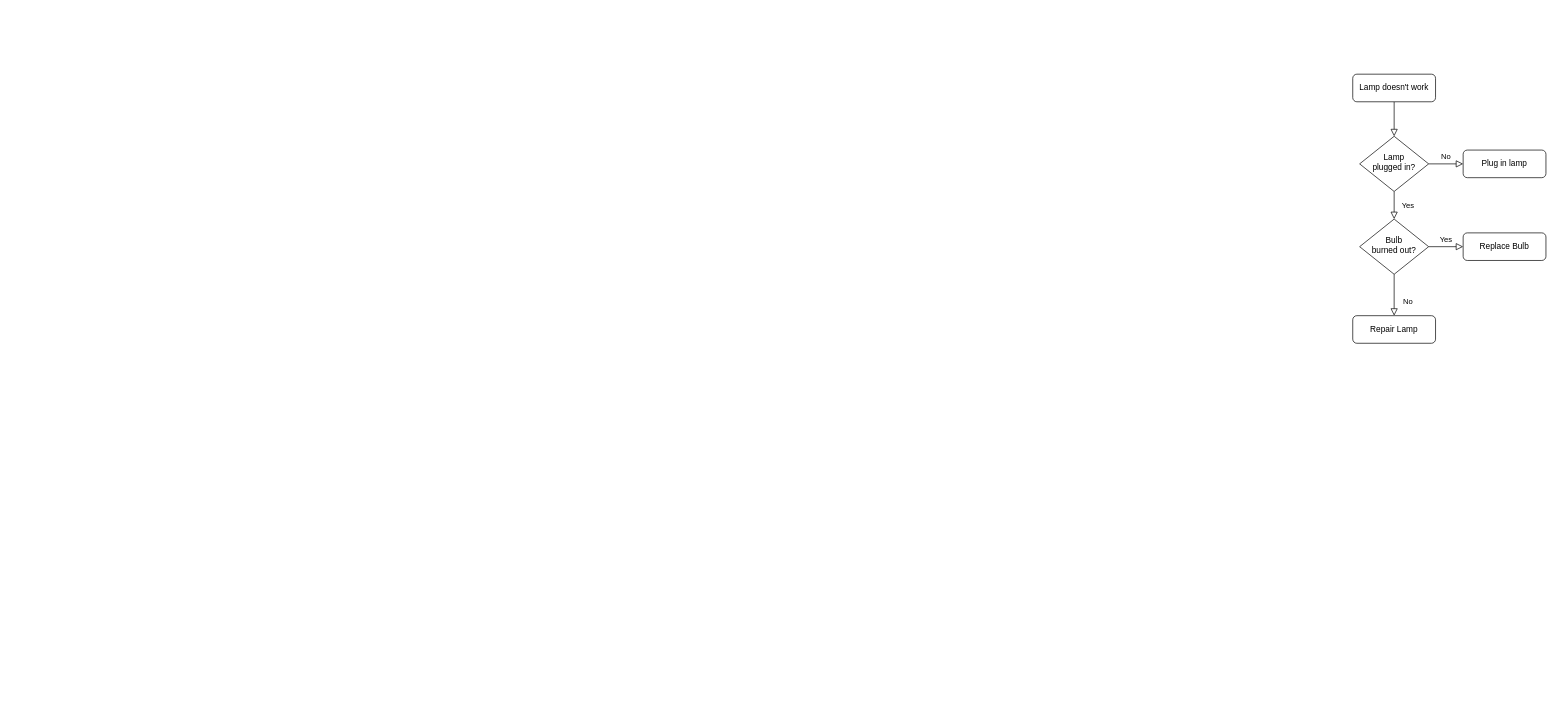
The draw.io diagram page "Page-1" (1 of 2) of free-trial-ent-activation-rule.drawio in nhpthuy/chart, before the edit. Source tidied: cells renumbered, new cells numbered last; positions are measured from the earlier drawing's top-left corner, leaving out a move shared by most shapes. Both pictures are drawn from the tidied source at 69%, with x=0, y=0 at pixel (1352, 74).
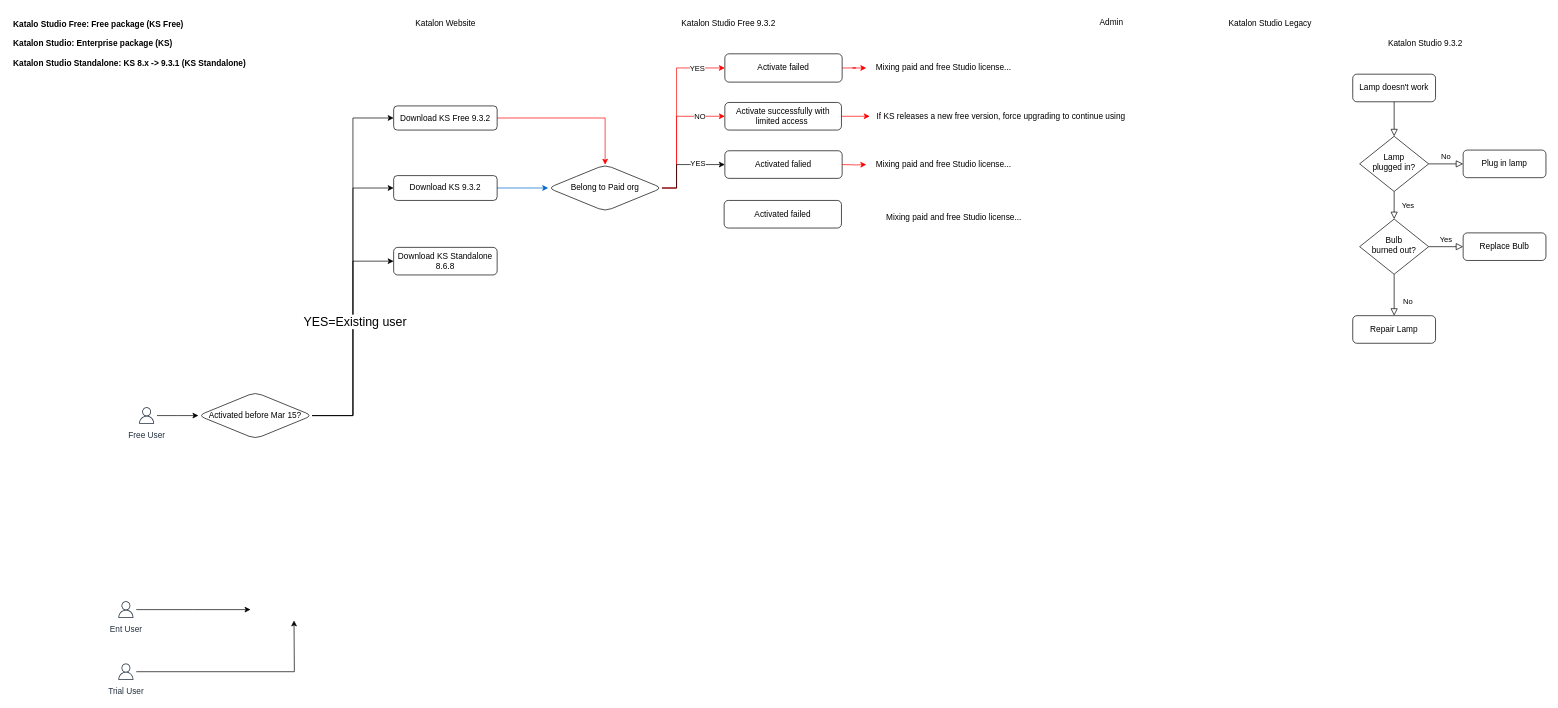
After the change.

Diff of the diagram source:
```diff
@@
+    <mxCell id="13" value="Katalon Studio Free 9.3.2" style="text;html=1;align=center;verticalAlign=middle;strokeColor=none;fillColor=none;" parent="1" vertex="1">
+      <mxGeometry x="-985" y="-89" width="160" height="30" as="geometry" />
+    </mxCell>
+    <mxCell id="14" value="Katalon Studio 9.3.2" style="text;html=1;align=center;verticalAlign=middle;strokeColor=none;fillColor=none;" parent="1" vertex="1">
+      <mxGeometry x="40" y="-60" width="130" height="30" as="geometry" />
+    </mxCell>
+    <mxCell id="15" value="Trial User" style="sketch=0;outlineConnect=0;fontColor=#232F3E;gradientColor=none;strokeColor=#232F3E;fillColor=#ffffff;dashed=0;verticalLabelPosition=bottom;verticalAlign=top;align=center;html=1;fontSize=12;fontStyle=0;shape=mxgraph.aws4.resourceIcon;resIcon=mxgraph.aws4.user;" parent="1" vertex="1">
+      <mxGeometry x="-1793" y="851" width="30" height="30" as="geometry" />
+    </mxCell>
+    <mxCell id="16" style="edgeStyle=orthogonalEdgeStyle;rounded=0;jettySize=auto;html=1;" parent="1" edge="1" source="17" target="47">
+      <mxGeometry relative="1" as="geometry" />
+    </mxCell>
+    <mxCell id="17" value="Free User" style="sketch=0;outlineConnect=0;fontColor=#232F3E;gradientColor=none;strokeColor=#232F3E;fillColor=#ffffff;dashed=0;verticalLabelPosition=bottom;verticalAlign=top;align=center;html=1;fontSize=12;fontStyle=0;shape=mxgraph.aws4.resourceIcon;resIcon=mxgraph.aws4.user;" parent="1" vertex="1">
+      <mxGeometry x="-1763" y="479.8" width="30" height="30" as="geometry" />
+    </mxCell>
+    <mxCell id="18" value="Ent User" style="sketch=0;outlineConnect=0;fontColor=#232F3E;gradientColor=none;strokeColor=#232F3E;fillColor=#ffffff;dashed=0;verticalLabelPosition=bottom;verticalAlign=top;align=center;html=1;fontSize=12;fontStyle=0;shape=mxgraph.aws4.resourceIcon;resIcon=mxgraph.aws4.user;" parent="1" vertex="1">
+      <mxGeometry x="-1793" y="761" width="30" height="30" as="geometry" />
+    </mxCell>
+    <mxCell id="19" value="Katalon Studio Legacy" style="text;html=1;align=center;verticalAlign=middle;strokeColor=none;fillColor=none;" parent="1" vertex="1">
+      <mxGeometry x="-190" y="-89" width="140" height="30" as="geometry" />
+    </mxCell>
+    <mxCell id="20" style="edgeStyle=orthogonalEdgeStyle;rounded=0;jettySize=auto;html=1;entryX=0.5;entryY=0;entryDx=0;entryDy=0;strokeColor=#FF0000;" parent="1" edge="1" source="21" target="35">
+      <mxGeometry relative="1" as="geometry" />
+    </mxCell>
+    <mxCell id="21" value="Download KS Free 9.3.2" style="rounded=1;whiteSpace=wrap;html=1;" parent="1" vertex="1">
+      <mxGeometry x="-1390" y="46" width="150" height="35" as="geometry" />
+    </mxCell>
+    <mxCell id="22" style="edgeStyle=orthogonalEdgeStyle;rounded=0;jettySize=auto;html=1;entryX=-0.04;entryY=0.533;entryDx=0;entryDy=0;entryPerimeter=0;" parent="1" edge="1" source="18">
+      <mxGeometry relative="1" as="geometry">
+        <mxPoint x="-1597.4" y="776" as="targetPoint" />
+      </mxGeometry>
+    </mxCell>
+    <mxCell id="23" style="edgeStyle=orthogonalEdgeStyle;rounded=0;jettySize=auto;html=1;entryX=0.533;entryY=1.056;entryDx=0;entryDy=0;entryPerimeter=0;" parent="1" edge="1" source="15">
+      <mxGeometry relative="1" as="geometry">
+        <mxPoint x="-1534.4" y="791.7" as="targetPoint" />
+      </mxGeometry>
+    </mxCell>
+    <mxCell id="24" style="edgeStyle=orthogonalEdgeStyle;rounded=0;jettySize=auto;html=1;entryX=0;entryY=0.5;entryDx=0;entryDy=0;strokeColor=#0066CC;" parent="1" edge="1" source="25" target="35">
+      <mxGeometry relative="1" as="geometry" />
+    </mxCell>
+    <mxCell id="25" value="Download KS 9.3.2" style="rounded=1;whiteSpace=wrap;html=1;" parent="1" vertex="1">
+      <mxGeometry x="-1390" y="147" width="150" height="36" as="geometry" />
+    </mxCell>
+    <mxCell id="26" value="Katalo Studio Free: Free package (KS Free)&lt;br&gt;&lt;br&gt;Katalon Studio: Enterprise package (KS)&lt;br&gt;&lt;br&gt;Katalon Studio Standalone:&amp;nbsp;KS 8.x -&amp;gt; 9.3.1 (KS Standalone)" style="text;html=1;align=left;verticalAlign=middle;strokeColor=none;fillColor=none;fontStyle=1;" parent="1" vertex="1">
+      <mxGeometry x="-1943" y="-89" width="360" height="90" as="geometry" />
+    </mxCell>
+    <mxCell id="27" value="Download KS Standalone 8.6.8" style="rounded=1;whiteSpace=wrap;html=1;" parent="1" vertex="1">
+      <mxGeometry x="-1390" y="251" width="150" height="40" as="geometry" />
+    </mxCell>
+    <mxCell id="28" value="Katalon Website" style="text;html=1;align=center;verticalAlign=middle;strokeColor=none;fillColor=none;" parent="1" vertex="1">
+      <mxGeometry x="-1370" y="-89" width="110" height="30" as="geometry" />
+    </mxCell>
+    <mxCell id="29" style="edgeStyle=orthogonalEdgeStyle;rounded=0;jettySize=auto;html=1;entryX=0;entryY=0.5;entryDx=0;entryDy=0;strokeColor=#FF0000;" parent="1" edge="1" source="35" target="37">
+      <mxGeometry relative="1" as="geometry">
+        <Array as="points">
+          <mxPoint x="-980" y="165" />
+          <mxPoint x="-980" y="-9" />
+        </Array>
+      </mxGeometry>
+    </mxCell>
+    <mxCell id="30" value="YES" style="edgeLabel;html=1;align=center;verticalAlign=middle;" parent="29" vertex="1">
+      <mxGeometry x="0.82" y="3" relative="1" as="geometry">
+        <mxPoint x="-16" y="3" as="offset" />
+      </mxGeometry>
+    </mxCell>
+    <mxCell id="31" style="edgeStyle=orthogonalEdgeStyle;rounded=0;jettySize=auto;html=1;entryX=0;entryY=0.5;entryDx=0;entryDy=0;strokeColor=#FF0000;" parent="1" edge="1" source="35" target="41">
+      <mxGeometry relative="1" as="geometry">
+        <Array as="points">
+          <mxPoint x="-980" y="165" />
+          <mxPoint x="-980" y="61" />
+        </Array>
+      </mxGeometry>
+    </mxCell>
+    <mxCell id="32" value="NO" style="edgeLabel;html=1;align=center;verticalAlign=middle;" parent="31" vertex="1">
+      <mxGeometry x="0.6" y="2" relative="1" as="geometry">
+        <mxPoint x="3" y="2" as="offset" />
+      </mxGeometry>
+    </mxCell>
+    <mxCell id="33" style="edgeStyle=orthogonalEdgeStyle;rounded=0;jettySize=auto;html=1;" parent="1" edge="1" source="35" target="48">
+      <mxGeometry relative="1" as="geometry">
+        <Array as="points">
+          <mxPoint x="-980" y="165" />
+          <mxPoint x="-980" y="131" />
+        </Array>
+      </mxGeometry>
+    </mxCell>
+    <mxCell id="34" value="YES" style="edgeLabel;html=1;align=center;verticalAlign=middle;" parent="33" vertex="1">
+      <mxGeometry x="0.36" y="2" relative="1" as="geometry">
+        <mxPoint x="1" as="offset" />
+      </mxGeometry>
+    </mxCell>
+    <mxCell id="35" value="Belong to Paid org" style="rhombus;whiteSpace=wrap;html=1;rounded=1;" parent="1" vertex="1">
+      <mxGeometry x="-1166" y="131.2" width="165" height="67.5" as="geometry" />
+    </mxCell>
+    <mxCell id="36" style="edgeStyle=orthogonalEdgeStyle;rounded=0;jettySize=auto;html=1;strokeColor=#FF0000;" parent="1" edge="1" source="37" target="39">
+      <mxGeometry relative="1" as="geometry" />
+    </mxCell>
+    <mxCell id="37" value="Activate failed" style="whiteSpace=wrap;html=1;rounded=1;" parent="1" vertex="1">
+      <mxGeometry x="-910" y="-29.5" width="170" height="41" as="geometry" />
+    </mxCell>
+    <mxCell id="38" value="Admin" style="text;html=1;align=center;verticalAlign=middle;strokeColor=none;fillColor=none;" parent="1" vertex="1">
+      <mxGeometry x="-380" y="-90" width="60" height="30" as="geometry" />
+    </mxCell>
+    <mxCell id="39" value="&amp;nbsp;Mixing paid and free Studio license..." style="text;html=1;align=center;verticalAlign=middle;points=[];strokeColor=none;fillColor=none;" parent="1" vertex="1">
+      <mxGeometry x="-705" y="-24" width="220" height="30" as="geometry" />
+    </mxCell>
+    <mxCell id="40" style="edgeStyle=orthogonalEdgeStyle;rounded=0;jettySize=auto;html=1;strokeColor=#FF0000;" parent="1" edge="1" source="41" target="42">
+      <mxGeometry relative="1" as="geometry" />
+    </mxCell>
+    <mxCell id="41" value="Activate successfully with limited access&amp;nbsp;" style="whiteSpace=wrap;html=1;rounded=1;" parent="1" vertex="1">
+      <mxGeometry x="-910" y="41" width="169" height="40" as="geometry" />
+    </mxCell>
+    <mxCell id="42" value="If KS releases a new free version, force upgrading to continue using" style="text;html=1;align=center;verticalAlign=middle;points=[];strokeColor=none;fillColor=none;" parent="1" vertex="1">
+      <mxGeometry x="-700" y="46" width="380" height="30" as="geometry" />
+    </mxCell>
+    <mxCell id="43" style="edgeStyle=orthogonalEdgeStyle;rounded=0;jettySize=auto;html=1;entryX=0;entryY=0.5;entryDx=0;entryDy=0;" parent="1" edge="1" source="47" target="21">
+      <mxGeometry relative="1" as="geometry" />
+    </mxCell>
+    <mxCell id="44" style="edgeStyle=orthogonalEdgeStyle;rounded=0;jettySize=auto;html=1;entryX=0;entryY=0.5;entryDx=0;entryDy=0;" parent="1" edge="1" source="47" target="27">
+      <mxGeometry relative="1" as="geometry" />
+    </mxCell>
+    <mxCell id="45" style="edgeStyle=orthogonalEdgeStyle;rounded=0;jettySize=auto;html=1;entryX=0;entryY=0.5;entryDx=0;entryDy=0;" parent="1" edge="1" source="47" target="25">
+      <mxGeometry relative="1" as="geometry" />
+    </mxCell>
+    <mxCell id="46" value="&lt;font style=&quot;font-size: 18px;&quot;&gt;YES=Existing user&lt;/font&gt;" style="edgeLabel;html=1;align=center;verticalAlign=middle;" parent="45" vertex="1">
+      <mxGeometry x="-0.13" y="-2" relative="1" as="geometry" />
+    </mxCell>
+    <mxCell id="47" value="Activated before Mar 15?" style="rhombus;whiteSpace=wrap;html=1;rounded=1;" parent="1" vertex="1">
+      <mxGeometry x="-1673" y="461" width="165" height="67.5" as="geometry" />
+    </mxCell>
+    <mxCell id="48" value="Activated falied" style="whiteSpace=wrap;html=1;rounded=1;" parent="1" vertex="1">
+      <mxGeometry x="-910" y="111" width="170" height="40" as="geometry" />
+    </mxCell>
+    <mxCell id="49" style="edgeStyle=orthogonalEdgeStyle;rounded=0;jettySize=auto;html=1;strokeColor=#FF0000;" parent="1" edge="1" target="50">
+      <mxGeometry relative="1" as="geometry">
+        <mxPoint x="-740" y="131" as="sourcePoint" />
+      </mxGeometry>
+    </mxCell>
+    <mxCell id="50" value="&amp;nbsp;Mixing paid and free Studio license..." style="text;html=1;align=center;verticalAlign=middle;points=[];strokeColor=none;fillColor=none;" parent="1" vertex="1">
+      <mxGeometry x="-705" y="116" width="220" height="30" as="geometry" />
+    </mxCell>
+    <mxCell id="51" value="Activated failed" style="whiteSpace=wrap;html=1;rounded=1;" parent="1" vertex="1">
+      <mxGeometry x="-911" y="183" width="170" height="40" as="geometry" />
+    </mxCell>
+    <mxCell id="52" value="&amp;nbsp;Mixing paid and free Studio license..." style="text;html=1;align=center;verticalAlign=middle;strokeColor=none;fillColor=none;" parent="1" vertex="1">
+      <mxGeometry x="-690" y="193" width="220" height="30" as="geometry" />
+    </mxCell>
```
